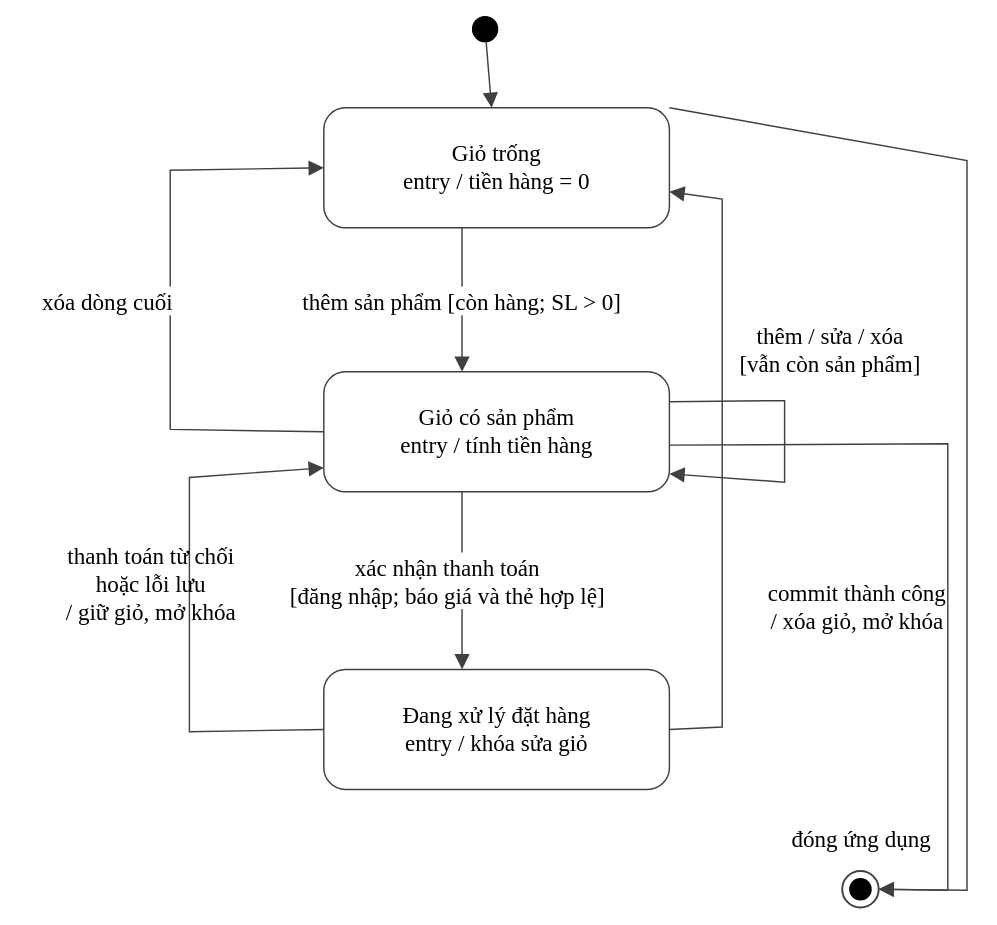
This is LAB4/UML/04_trang_thai_gio_hang.drawio from kanishere55/LAB_AT_OOSD, a draw.io file, before an edit. Source tidied: cells renumbered, new cells numbered last; positions are measured from the earlier drawing's top-left corner, leaving out a move shared by most shapes. Both pictures are drawn from the tidied source at 96%, with x=0, y=0 at pixel (16, 16).
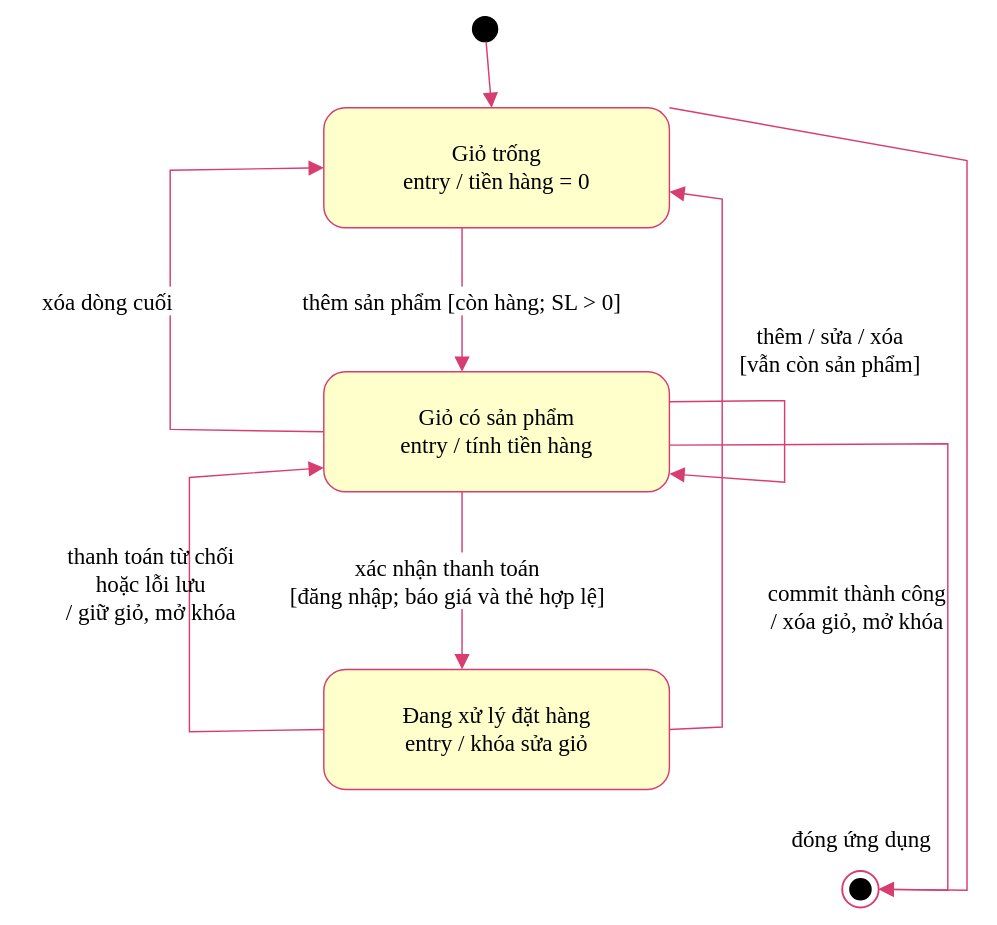
After the change.

Diff of the diagram source:
```diff
@@
-    <mxCell id="2" style="fontFamily=Times New Roman;fontSize=24;fontColor=#000000;strokeColor=#404040;strokeWidth=1.5;shadow=0;shape=ellipse;fillColor=#000000;strokeColor=#000000;" parent="1" vertex="1">
+    <mxCell id="2" style="fontFamily=Times New Roman;fontSize=24;fontColor=#000000;strokeColor=#000000;strokeWidth=1.5;shadow=0;shape=ellipse;fillColor=#000000;strokeColor=#000000;" parent="1" vertex="1">
       <mxGeometry x="474.8" y="-0.2" width="26" height="26" as="geometry" />
     </mxCell>
-    <mxCell id="3" value="Giỏ trống&#10;entry / tiền hàng = 0" style="fontFamily=Times New Roman;fontSize=24;fontColor=#000000;strokeColor=#404040;strokeWidth=1.5;shadow=0;rounded=1;arcSize=18;fillColor=#ffffff;whiteSpace=wrap;html=0;" parent="1" vertex="1">
+    <mxCell id="3" value="Giỏ trống&#10;entry / tiền hàng = 0" style="fontFamily=Times New Roman;fontSize=24;fontColor=#000000;strokeColor=#d83d70;strokeWidth=1.5;shadow=0;rounded=1;arcSize=18;fillColor=#ffffcc;whiteSpace=wrap;html=0;" parent="1" vertex="1">
       <mxGeometry x="319.8" y="94.8" width="360" height="125" as="geometry" />
     </mxCell>
-    <mxCell id="4" value="Giỏ có sản phẩm&#10;entry / tính tiền hàng" style="fontFamily=Times New Roman;fontSize=24;fontColor=#000000;strokeColor=#404040;strokeWidth=1.5;shadow=0;rounded=1;arcSize=18;fillColor=#ffffff;whiteSpace=wrap;html=0;" parent="1" vertex="1">
+    <mxCell id="4" value="Giỏ có sản phẩm&#10;entry / tính tiền hàng" style="fontFamily=Times New Roman;fontSize=24;fontColor=#000000;strokeColor=#d83d70;strokeWidth=1.5;shadow=0;rounded=1;arcSize=18;fillColor=#ffffcc;whiteSpace=wrap;html=0;" parent="1" vertex="1">
       <mxGeometry x="319.8" y="369.8" width="360" height="125" as="geometry" />
     </mxCell>
-    <mxCell id="5" value="Đang xử lý đặt hàng&#10;entry / khóa sửa giỏ" style="fontFamily=Times New Roman;fontSize=24;fontColor=#000000;strokeColor=#404040;strokeWidth=1.5;shadow=0;rounded=1;arcSize=18;fillColor=#ffffff;whiteSpace=wrap;html=0;" parent="1" vertex="1">
+    <mxCell id="5" value="Đang xử lý đặt hàng&#10;entry / khóa sửa giỏ" style="fontFamily=Times New Roman;fontSize=24;fontColor=#000000;strokeColor=#d83d70;strokeWidth=1.5;shadow=0;rounded=1;arcSize=18;fillColor=#ffffcc;whiteSpace=wrap;html=0;" parent="1" vertex="1">
       <mxGeometry x="319.8" y="679.8" width="360" height="125" as="geometry" />
     </mxCell>
-    <mxCell id="6" style="fontFamily=Times New Roman;fontSize=24;fontColor=#000000;strokeColor=#404040;strokeWidth=1.5;shadow=0;shape=ellipse;fillColor=#ffffff;strokeWidth=2;" parent="1" vertex="1">
+    <mxCell id="6" style="fontFamily=Times New Roman;fontSize=24;fontColor=#000000;strokeColor=#d83d70;strokeWidth=1.5;shadow=0;shape=ellipse;fillColor=#ffffff;strokeWidth=2;" parent="1" vertex="1">
       <mxGeometry x="859.8" y="889.8" width="38" height="38" as="geometry" />
     </mxCell>
-    <mxCell id="7" style="fontFamily=Times New Roman;fontSize=24;fontColor=#000000;strokeColor=#404040;strokeWidth=1.5;shadow=0;shape=ellipse;fillColor=#000000;strokeColor=#000000;" parent="1" vertex="1">
+    <mxCell id="7" style="fontFamily=Times New Roman;fontSize=24;fontColor=#000000;strokeColor=#000000;strokeWidth=1.5;shadow=0;shape=ellipse;fillColor=#000000;strokeColor=#000000;" parent="1" vertex="1">
       <mxGeometry x="867.8" y="897.8" width="22" height="22" as="geometry" />
     </mxCell>
-    <mxCell id="8" style="fontFamily=Times New Roman;fontSize=24;fontColor=#000000;strokeColor=#404040;strokeWidth=1.5;shadow=0;edgeStyle=none;rounded=0;html=0;labelBackgroundColor=#ffffff;endArrow=block;endSize=12;" parent="1" edge="1" source="2" target="3">
+    <mxCell id="8" style="fontFamily=Times New Roman;fontSize=24;fontColor=#000000;strokeColor=#d83d70;strokeWidth=1.5;shadow=0;edgeStyle=none;rounded=0;html=0;labelBackgroundColor=#ffffff;endArrow=block;endSize=12;" parent="1" edge="1" source="2" target="3">
       <mxGeometry relative="1" as="geometry" />
     </mxCell>
-    <mxCell id="9" value="thêm sản phẩm [còn hàng; SL &gt; 0]" style="fontFamily=Times New Roman;fontSize=24;fontColor=#000000;strokeColor=#404040;strokeWidth=1.5;shadow=0;edgeStyle=none;rounded=0;html=0;labelBackgroundColor=#ffffff;endArrow=block;endSize=12;exitX=0.4;exitY=1;entryX=0.4;entryY=0;" parent="1" edge="1" source="3" target="4">
+    <mxCell id="9" value="thêm sản phẩm [còn hàng; SL &gt; 0]" style="fontFamily=Times New Roman;fontSize=24;fontColor=#000000;strokeColor=#d83d70;strokeWidth=1.5;shadow=0;edgeStyle=none;rounded=0;html=0;labelBackgroundColor=#ffffff;endArrow=block;endSize=12;exitX=0.4;exitY=1;entryX=0.4;entryY=0;" parent="1" edge="1" source="3" target="4">
       <mxGeometry relative="1" as="geometry" />
     </mxCell>
-    <mxCell id="10" value="xóa dòng cuối" style="fontFamily=Times New Roman;fontSize=24;fontColor=#000000;strokeColor=#404040;strokeWidth=1.5;shadow=0;edgeStyle=none;rounded=0;html=0;labelBackgroundColor=#ffffff;endArrow=block;endSize=12;exitX=0;exitY=0.5;entryX=0;entryY=0.5;" parent="1" edge="1" source="4" target="3">
+    <mxCell id="10" value="xóa dòng cuối" style="fontFamily=Times New Roman;fontSize=24;fontColor=#000000;strokeColor=#d83d70;strokeWidth=1.5;shadow=0;edgeStyle=none;rounded=0;html=0;labelBackgroundColor=#ffffff;endArrow=block;endSize=12;exitX=0;exitY=0.5;entryX=0;entryY=0.5;" parent="1" edge="1" source="4" target="3">
       <mxGeometry relative="1" as="geometry">
         <Array as="points">
           <mxPoint x="159.8" y="429.8" />
           <mxPoint x="159.8" y="159.8" />
         </Array>
         <mxPoint x="-65" as="offset" />
       </mxGeometry>
     </mxCell>
-    <mxCell id="11" style="fontFamily=Times New Roman;fontSize=24;fontColor=#000000;strokeColor=#404040;strokeWidth=1.5;shadow=0;edgeStyle=none;rounded=0;html=0;labelBackgroundColor=#ffffff;endArrow=block;endSize=12;exitX=1;exitY=0.25;entryX=1;entryY=0.85;" parent="1" edge="1" source="4" target="4">
+    <mxCell id="11" style="fontFamily=Times New Roman;fontSize=24;fontColor=#000000;strokeColor=#d83d70;strokeWidth=1.5;shadow=0;edgeStyle=none;rounded=0;html=0;labelBackgroundColor=#ffffff;endArrow=block;endSize=12;exitX=1;exitY=0.25;entryX=1;entryY=0.85;" parent="1" edge="1" source="4" target="4">
       <mxGeometry relative="1" as="geometry">
         <Array as="points">
           <mxPoint x="799.8" y="399.8" />
           <mxPoint x="799.8" y="484.8" />
         </Array>
       </mxGeometry>
     </mxCell>
-    <mxCell id="12" value="thêm / sửa / xóa&#10;[vẫn còn sản phẩm]" style="fontFamily=Times New Roman;fontSize=24;fontColor=#000000;strokeColor=#404040;strokeWidth=1.5;shadow=0;text;strokeColor=none;fillColor=none;align=center;verticalAlign=middle;whiteSpace=wrap;html=0;fontSize=24;fontStyle=0;" parent="1" vertex="1">
+    <mxCell id="12" value="thêm / sửa / xóa&#10;[vẫn còn sản phẩm]" style="fontFamily=Times New Roman;fontSize=24;fontColor=#000000;strokeColor=none;strokeWidth=1.5;shadow=0;text;strokeColor=none;fillColor=none;align=center;verticalAlign=middle;whiteSpace=wrap;html=0;fontSize=24;fontStyle=0;" parent="1" vertex="1">
       <mxGeometry x="699.8" y="309.8" width="295" height="75" as="geometry" />
     </mxCell>
-    <mxCell id="13" value="xác nhận thanh toán&#10;[đăng nhập; báo giá và thẻ hợp lệ]" style="fontFamily=Times New Roman;fontSize=24;fontColor=#000000;strokeColor=#404040;strokeWidth=1.5;shadow=0;edgeStyle=none;rounded=0;html=0;labelBackgroundColor=#ffffff;endArrow=block;endSize=12;exitX=0.4;exitY=1;entryX=0.4;entryY=0;" parent="1" edge="1" source="4" target="5">
+    <mxCell id="13" value="xác nhận thanh toán&#10;[đăng nhập; báo giá và thẻ hợp lệ]" style="fontFamily=Times New Roman;fontSize=24;fontColor=#000000;strokeColor=#d83d70;strokeWidth=1.5;shadow=0;edgeStyle=none;rounded=0;html=0;labelBackgroundColor=#ffffff;endArrow=block;endSize=12;exitX=0.4;exitY=1;entryX=0.4;entryY=0;" parent="1" edge="1" source="4" target="5">
       <mxGeometry relative="1" as="geometry">
         <mxPoint x="-15" as="offset" />
       </mxGeometry>
     </mxCell>
-    <mxCell id="14" style="fontFamily=Times New Roman;fontSize=24;fontColor=#000000;strokeColor=#404040;strokeWidth=1.5;shadow=0;edgeStyle=none;rounded=0;html=0;labelBackgroundColor=#ffffff;endArrow=block;endSize=12;exitX=0;exitY=0.5;entryX=0;entryY=0.8;" parent="1" edge="1" source="5" target="4">
+    <mxCell id="14" style="fontFamily=Times New Roman;fontSize=24;fontColor=#000000;strokeColor=#d83d70;strokeWidth=1.5;shadow=0;edgeStyle=none;rounded=0;html=0;labelBackgroundColor=#ffffff;endArrow=block;endSize=12;exitX=0;exitY=0.5;entryX=0;entryY=0.8;" parent="1" edge="1" source="5" target="4">
       <mxGeometry relative="1" as="geometry">
         <Array as="points">
           <mxPoint x="179.8" y="744.8" />
           <mxPoint x="179.8" y="479.8" />
         </Array>
       </mxGeometry>
     </mxCell>
-    <mxCell id="15" value="thanh toán từ chối&#10;hoặc lỗi lưu&#10;/ giữ giỏ, mở khóa" style="fontFamily=Times New Roman;fontSize=24;fontColor=#000000;strokeColor=#404040;strokeWidth=1.5;shadow=0;text;strokeColor=none;fillColor=none;align=center;verticalAlign=middle;whiteSpace=wrap;html=0;fontSize=24;fontStyle=0;" parent="1" vertex="1">
+    <mxCell id="15" value="thanh toán từ chối&#10;hoặc lỗi lưu&#10;/ giữ giỏ, mở khóa" style="fontFamily=Times New Roman;fontSize=24;fontColor=#000000;strokeColor=none;strokeWidth=1.5;shadow=0;text;strokeColor=none;fillColor=none;align=center;verticalAlign=middle;whiteSpace=wrap;html=0;fontSize=24;fontStyle=0;" parent="1" vertex="1">
       <mxGeometry x="-0.2" y="524.8" width="280" height="135" as="geometry" />
     </mxCell>
-    <mxCell id="16" style="fontFamily=Times New Roman;fontSize=24;fontColor=#000000;strokeColor=#404040;strokeWidth=1.5;shadow=0;edgeStyle=none;rounded=0;html=0;labelBackgroundColor=#ffffff;endArrow=block;endSize=12;exitX=1;exitY=0.5;entryX=1;entryY=0.7;" parent="1" edge="1" source="5" target="3">
+    <mxCell id="16" style="fontFamily=Times New Roman;fontSize=24;fontColor=#000000;strokeColor=#d83d70;strokeWidth=1.5;shadow=0;edgeStyle=none;rounded=0;html=0;labelBackgroundColor=#ffffff;endArrow=block;endSize=12;exitX=1;exitY=0.5;entryX=1;entryY=0.7;" parent="1" edge="1" source="5" target="3">
       <mxGeometry relative="1" as="geometry">
         <Array as="points">
           <mxPoint x="734.8" y="739.8" />
           <mxPoint x="734.8" y="189.8" />
         </Array>
       </mxGeometry>
     </mxCell>
-    <mxCell id="17" value="commit thành công&#10;/ xóa giỏ, mở khóa" style="fontFamily=Times New Roman;fontSize=24;fontColor=#000000;strokeColor=#404040;strokeWidth=1.5;shadow=0;text;strokeColor=none;fillColor=none;align=center;verticalAlign=middle;whiteSpace=wrap;html=0;fontSize=24;fontStyle=0;" parent="1" vertex="1">
+    <mxCell id="17" value="commit thành công&#10;/ xóa giỏ, mở khóa" style="fontFamily=Times New Roman;fontSize=24;fontColor=#000000;strokeColor=none;strokeWidth=1.5;shadow=0;text;strokeColor=none;fillColor=none;align=center;verticalAlign=middle;whiteSpace=wrap;html=0;fontSize=24;fontStyle=0;" parent="1" vertex="1">
       <mxGeometry x="747.8" y="569.8" width="255" height="90" as="geometry" />
     </mxCell>
-    <mxCell id="18" style="fontFamily=Times New Roman;fontSize=24;fontColor=#000000;strokeColor=#404040;strokeWidth=1.5;shadow=0;edgeStyle=none;rounded=0;html=0;labelBackgroundColor=#ffffff;endArrow=block;endSize=12;exitX=0.9;exitY=0.1;entryX=1;entryY=0.5;" parent="1" edge="1" source="3" target="6">
+    <mxCell id="18" style="fontFamily=Times New Roman;fontSize=24;fontColor=#000000;strokeColor=#d83d70;strokeWidth=1.5;shadow=0;edgeStyle=none;rounded=0;html=0;labelBackgroundColor=#ffffff;endArrow=block;endSize=12;exitX=0.9;exitY=0.1;entryX=1;entryY=0.5;" parent="1" edge="1" source="3" target="6">
       <mxGeometry relative="1" as="geometry">
         <Array as="points">
           <mxPoint x="989.8" y="149.8" />
           <mxPoint x="989.8" y="909.8" />
         </Array>
       </mxGeometry>
     </mxCell>
-    <mxCell id="19" style="fontFamily=Times New Roman;fontSize=24;fontColor=#000000;strokeColor=#404040;strokeWidth=1.5;shadow=0;edgeStyle=none;rounded=0;html=0;labelBackgroundColor=#ffffff;endArrow=block;endSize=12;exitX=0.95;exitY=0.6;entryX=1;entryY=0.5;" parent="1" edge="1" source="4" target="6">
+    <mxCell id="19" style="fontFamily=Times New Roman;fontSize=24;fontColor=#000000;strokeColor=#d83d70;strokeWidth=1.5;shadow=0;edgeStyle=none;rounded=0;html=0;labelBackgroundColor=#ffffff;endArrow=block;endSize=12;exitX=0.95;exitY=0.6;entryX=1;entryY=0.5;" parent="1" edge="1" source="4" target="6">
       <mxGeometry relative="1" as="geometry">
         <Array as="points">
           <mxPoint x="969.8" y="444.8" />
           <mxPoint x="969.8" y="909.8" />
         </Array>
       </mxGeometry>
     </mxCell>
-    <mxCell id="20" value="đóng ứng dụng" style="fontFamily=Times New Roman;fontSize=24;fontColor=#000000;strokeColor=#404040;strokeWidth=1.5;shadow=0;text;strokeColor=none;fillColor=none;align=center;verticalAlign=middle;whiteSpace=wrap;html=0;fontSize=24;fontStyle=0;" parent="1" vertex="1">
+    <mxCell id="20" value="đóng ứng dụng" style="fontFamily=Times New Roman;fontSize=24;fontColor=#000000;strokeColor=none;strokeWidth=1.5;shadow=0;text;strokeColor=none;fillColor=none;align=center;verticalAlign=middle;whiteSpace=wrap;html=0;fontSize=24;fontStyle=0;" parent="1" vertex="1">
       <mxGeometry x="754.8" y="834.8" width="250" height="45" as="geometry" />
     </mxCell>
```
